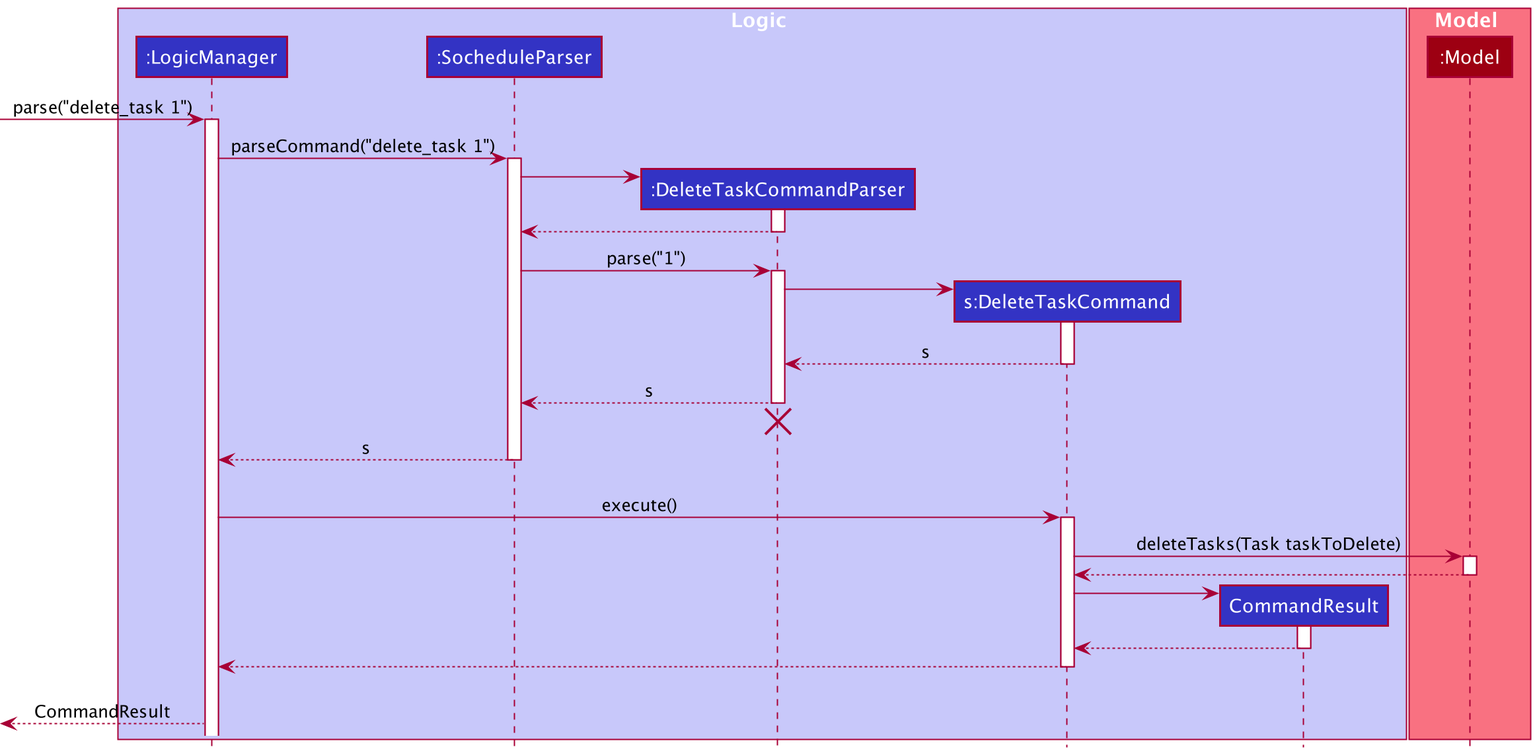
nus-cs2103-AY2021S2/tp keeps this PlantUML diagram as docs/images/DeleteTaskCommandSequenceDiagram.png. Above is the earlier version.
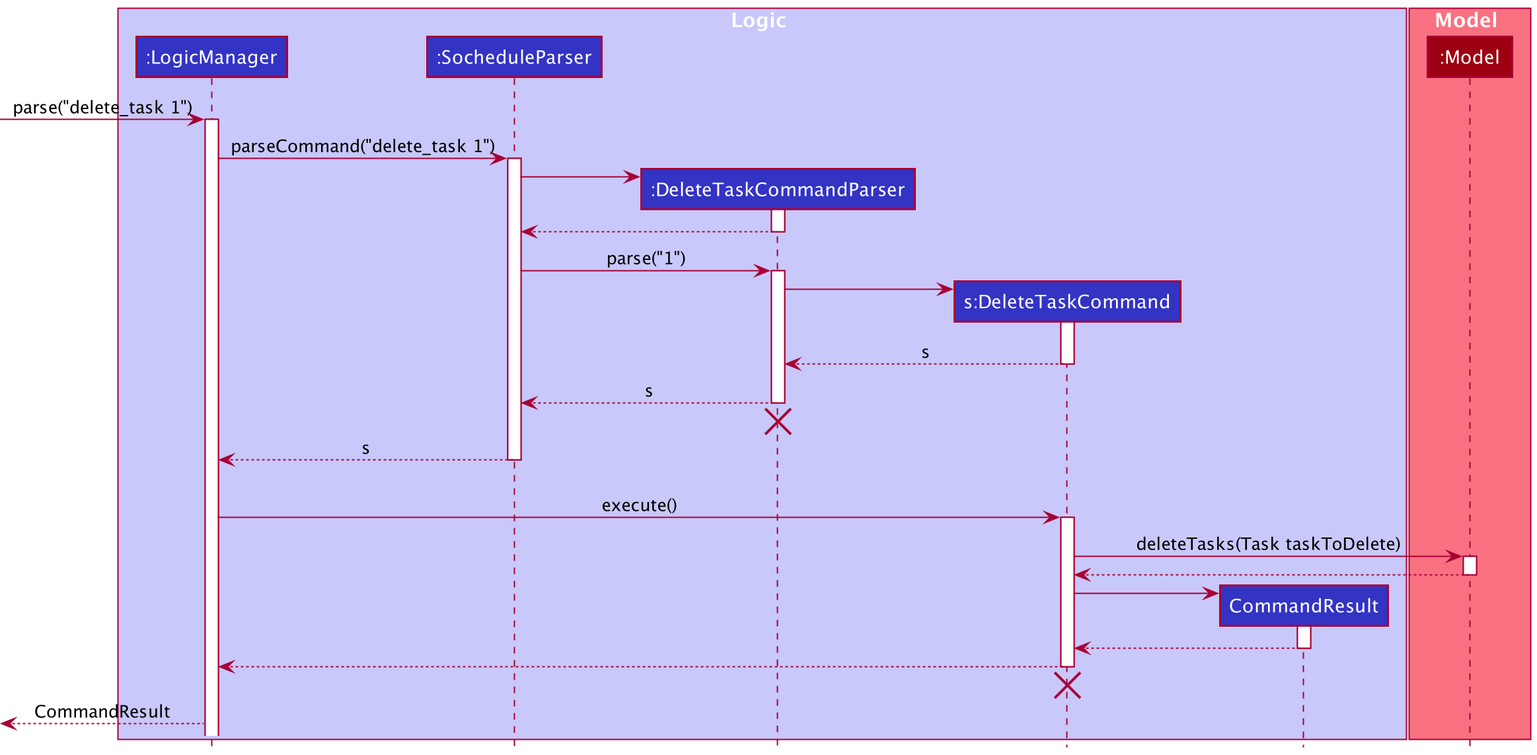
The same diagram one commit later.

Commit message:
Fix diagram error

Change to the diagram source:
```diff
@@ -62,6 +62,7 @@
 LogicManager <-- DeleteTaskCommand
 deactivate DeleteTaskCommand
 DeleteTaskCommand -[hidden]->[
+destroy DeleteTaskCommand
 
 [<-- LogicManager : CommandResult
 @enduml
```
